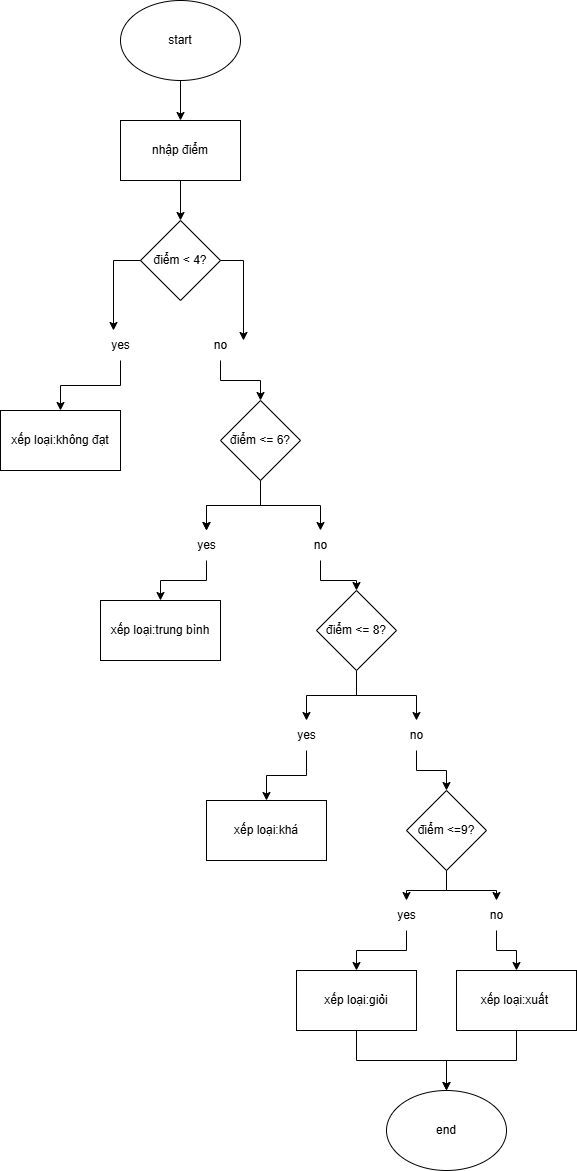
Before: session01 5.png, a diagram exported from draw.io (tranxuanbach0/session01). Source tidied: cells renumbered, new cells last; positions are measured from the earlier drawing's top-left corner, leaving out a move shared by most shapes. Source of this version:
```xml
<mxGraphModel>
  <root>
    <mxCell id="0" />
    <mxCell id="1" parent="0" />
    <mxCell id="2" style="edgeStyle=orthogonalEdgeStyle;rounded=0;jettySize=auto;html=1;exitX=0.5;exitY=1;exitDx=0;exitDy=0;entryX=0.5;entryY=0;entryDx=0;entryDy=0;" parent="1" edge="1" source="3" target="5">
      <mxGeometry relative="1" as="geometry" />
    </mxCell>
    <mxCell id="3" value="start" style="ellipse;whiteSpace=wrap;html=1;" parent="1" vertex="1">
      <mxGeometry x="120" width="120" height="80" as="geometry" />
    </mxCell>
    <mxCell id="4" style="edgeStyle=orthogonalEdgeStyle;rounded=0;jettySize=auto;html=1;exitX=0.5;exitY=1;exitDx=0;exitDy=0;entryX=0.5;entryY=0;entryDx=0;entryDy=0;" parent="1" edge="1" source="5" target="6">
      <mxGeometry relative="1" as="geometry" />
    </mxCell>
    <mxCell id="5" value="nhập điểm" style="rounded=0;whiteSpace=wrap;html=1;" parent="1" vertex="1">
      <mxGeometry x="120" y="120" width="120" height="60" as="geometry" />
    </mxCell>
    <mxCell id="6" value="điểm &amp;lt; 4?" style="rhombus;whiteSpace=wrap;html=1;" parent="1" vertex="1">
      <mxGeometry x="140" y="220" width="80" height="80" as="geometry" />
    </mxCell>
    <mxCell id="7" style="edgeStyle=orthogonalEdgeStyle;rounded=0;jettySize=auto;html=1;" parent="1" edge="1" source="8" target="11">
      <mxGeometry relative="1" as="geometry" />
    </mxCell>
    <mxCell id="8" value="yes" style="text;html=1;align=center;verticalAlign=middle;points=[];strokeColor=none;fillColor=none;" parent="1" vertex="1">
      <mxGeometry x="100" y="330" width="40" height="30" as="geometry" />
    </mxCell>
    <mxCell id="9" style="edgeStyle=orthogonalEdgeStyle;rounded=0;jettySize=auto;html=1;" parent="1" edge="1" source="10" target="15">
      <mxGeometry relative="1" as="geometry" />
    </mxCell>
    <mxCell id="10" value="no" style="text;html=1;align=center;verticalAlign=middle;points=[];strokeColor=none;fillColor=none;" parent="1" vertex="1">
      <mxGeometry x="200" y="330" width="40" height="30" as="geometry" />
    </mxCell>
    <mxCell id="11" value="xếp loại:không đạt" style="whiteSpace=wrap;html=1;" parent="1" vertex="1">
      <mxGeometry y="410" width="120" height="60" as="geometry" />
    </mxCell>
    <mxCell id="12" style="edgeStyle=orthogonalEdgeStyle;rounded=0;jettySize=auto;html=1;" parent="1" edge="1" source="15" target="17">
      <mxGeometry relative="1" as="geometry" />
    </mxCell>
    <mxCell id="13" style="edgeStyle=orthogonalEdgeStyle;rounded=0;jettySize=auto;html=1;" parent="1" edge="1" source="15" target="17">
      <mxGeometry relative="1" as="geometry" />
    </mxCell>
    <mxCell id="14" style="edgeStyle=orthogonalEdgeStyle;rounded=0;jettySize=auto;html=1;exitX=0.5;exitY=1;exitDx=0;exitDy=0;" parent="1" edge="1" source="15" target="19">
      <mxGeometry relative="1" as="geometry" />
    </mxCell>
    <mxCell id="15" value="điểm &amp;lt;= 6?" style="rhombus;whiteSpace=wrap;html=1;" parent="1" vertex="1">
      <mxGeometry x="220" y="400" width="80" height="80" as="geometry" />
    </mxCell>
    <mxCell id="16" style="edgeStyle=orthogonalEdgeStyle;rounded=0;jettySize=auto;html=1;" parent="1" edge="1" source="17" target="20">
      <mxGeometry relative="1" as="geometry" />
    </mxCell>
    <mxCell id="17" value="yes" style="text;html=1;align=center;verticalAlign=middle;points=[];strokeColor=none;fillColor=none;" parent="1" vertex="1">
      <mxGeometry x="186" y="530" width="40" height="30" as="geometry" />
    </mxCell>
    <mxCell id="18" style="edgeStyle=orthogonalEdgeStyle;rounded=0;jettySize=auto;html=1;" parent="1" edge="1" source="19" target="23">
      <mxGeometry relative="1" as="geometry" />
    </mxCell>
    <mxCell id="19" value="no" style="text;html=1;align=center;verticalAlign=middle;points=[];strokeColor=none;fillColor=none;" parent="1" vertex="1">
      <mxGeometry x="300" y="530" width="40" height="30" as="geometry" />
    </mxCell>
    <mxCell id="20" value="xếp loại:trung bình" style="whiteSpace=wrap;html=1;" parent="1" vertex="1">
      <mxGeometry x="100" y="600" width="120" height="60" as="geometry" />
    </mxCell>
    <mxCell id="21" style="edgeStyle=orthogonalEdgeStyle;rounded=0;jettySize=auto;html=1;" parent="1" edge="1" source="23" target="25">
      <mxGeometry relative="1" as="geometry" />
    </mxCell>
    <mxCell id="22" style="edgeStyle=orthogonalEdgeStyle;rounded=0;jettySize=auto;html=1;exitX=0.5;exitY=1;exitDx=0;exitDy=0;" parent="1" edge="1" source="23" target="27">
      <mxGeometry relative="1" as="geometry" />
    </mxCell>
    <mxCell id="23" value="điểm &amp;lt;= 8?" style="rhombus;whiteSpace=wrap;html=1;" parent="1" vertex="1">
      <mxGeometry x="316" y="590" width="80" height="80" as="geometry" />
    </mxCell>
    <mxCell id="24" style="edgeStyle=orthogonalEdgeStyle;rounded=0;jettySize=auto;html=1;" parent="1" edge="1" source="25" target="28">
      <mxGeometry relative="1" as="geometry" />
    </mxCell>
    <mxCell id="25" value="yes" style="text;html=1;align=center;verticalAlign=middle;points=[];strokeColor=none;fillColor=none;" parent="1" vertex="1">
      <mxGeometry x="286" y="720" width="40" height="30" as="geometry" />
    </mxCell>
    <mxCell id="26" style="edgeStyle=orthogonalEdgeStyle;rounded=0;jettySize=auto;html=1;" parent="1" edge="1" source="27" target="31">
      <mxGeometry relative="1" as="geometry" />
    </mxCell>
    <mxCell id="27" value="no" style="text;html=1;align=center;verticalAlign=middle;points=[];strokeColor=none;fillColor=none;" parent="1" vertex="1">
      <mxGeometry x="396" y="720" width="40" height="30" as="geometry" />
    </mxCell>
    <mxCell id="28" value="xếp loại:khá" style="whiteSpace=wrap;html=1;" parent="1" vertex="1">
      <mxGeometry x="206" y="800" width="120" height="60" as="geometry" />
    </mxCell>
    <mxCell id="29" style="edgeStyle=orthogonalEdgeStyle;rounded=0;jettySize=auto;html=1;exitX=0.5;exitY=1;exitDx=0;exitDy=0;" parent="1" edge="1" source="31" target="35">
      <mxGeometry relative="1" as="geometry" />
    </mxCell>
    <mxCell id="30" style="edgeStyle=orthogonalEdgeStyle;rounded=0;jettySize=auto;html=1;exitX=0.5;exitY=1;exitDx=0;exitDy=0;" parent="1" edge="1" source="31" target="33">
      <mxGeometry relative="1" as="geometry" />
    </mxCell>
    <mxCell id="31" value="điểm &amp;lt;=9?" style="rhombus;whiteSpace=wrap;html=1;" parent="1" vertex="1">
      <mxGeometry x="406" y="790" width="80" height="80" as="geometry" />
    </mxCell>
    <mxCell id="32" style="edgeStyle=orthogonalEdgeStyle;rounded=0;jettySize=auto;html=1;" parent="1" edge="1" source="33" target="37">
      <mxGeometry relative="1" as="geometry" />
    </mxCell>
    <mxCell id="33" value="yes" style="text;html=1;align=center;verticalAlign=middle;points=[];strokeColor=none;fillColor=none;" parent="1" vertex="1">
      <mxGeometry x="386" y="900" width="40" height="30" as="geometry" />
    </mxCell>
    <mxCell id="34" style="edgeStyle=orthogonalEdgeStyle;rounded=0;jettySize=auto;html=1;" parent="1" edge="1" source="35" target="39">
      <mxGeometry relative="1" as="geometry" />
    </mxCell>
    <mxCell id="35" value="no" style="text;html=1;align=center;verticalAlign=middle;points=[];strokeColor=none;fillColor=none;" parent="1" vertex="1">
      <mxGeometry x="476" y="900" width="40" height="30" as="geometry" />
    </mxCell>
    <mxCell id="36" style="edgeStyle=orthogonalEdgeStyle;rounded=0;jettySize=auto;html=1;" parent="1" edge="1" source="37" target="40">
      <mxGeometry relative="1" as="geometry" />
    </mxCell>
    <mxCell id="37" value="xếp loại:giỏi" style="whiteSpace=wrap;html=1;" parent="1" vertex="1">
      <mxGeometry x="296" y="970" width="120" height="60" as="geometry" />
    </mxCell>
    <mxCell id="38" style="edgeStyle=orthogonalEdgeStyle;rounded=0;jettySize=auto;html=1;" parent="1" edge="1" source="39" target="40">
      <mxGeometry relative="1" as="geometry" />
    </mxCell>
    <mxCell id="39" value="xếp loại:xuất&amp;nbsp;" style="whiteSpace=wrap;html=1;" parent="1" vertex="1">
      <mxGeometry x="456" y="970" width="120" height="60" as="geometry" />
    </mxCell>
    <mxCell id="40" value="end" style="ellipse;whiteSpace=wrap;html=1;" parent="1" vertex="1">
      <mxGeometry x="386" y="1090" width="120" height="80" as="geometry" />
    </mxCell>
    <mxCell id="41" style="edgeStyle=orthogonalEdgeStyle;rounded=0;jettySize=auto;html=1;exitX=0;exitY=0.5;exitDx=0;exitDy=0;entryX=0.325;entryY=0;entryDx=0;entryDy=0;entryPerimeter=0;" parent="1" edge="1" source="6" target="8">
      <mxGeometry relative="1" as="geometry" />
    </mxCell>
    <mxCell id="42" style="edgeStyle=orthogonalEdgeStyle;rounded=0;jettySize=auto;html=1;exitX=1;exitY=0.5;exitDx=0;exitDy=0;entryX=1.075;entryY=0.333;entryDx=0;entryDy=0;entryPerimeter=0;" parent="1" edge="1" source="6" target="10">
      <mxGeometry relative="1" as="geometry" />
    </mxCell>
  </root>
</mxGraphModel>
```
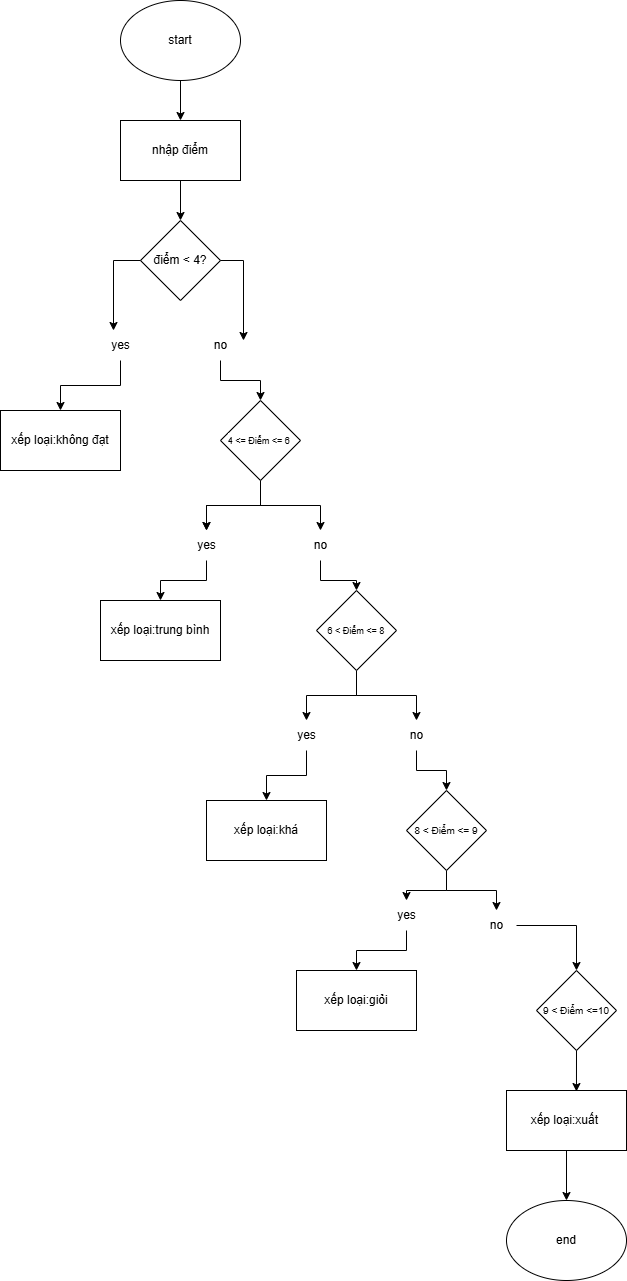
The same file after the commit.

Diff of the diagram source:
```diff
@@ -41,7 +41,7 @@
     <mxCell id="14" style="edgeStyle=orthogonalEdgeStyle;rounded=0;jettySize=auto;html=1;exitX=0.5;exitY=1;exitDx=0;exitDy=0;" parent="1" edge="1" source="15" target="19">
       <mxGeometry relative="1" as="geometry" />
     </mxCell>
-    <mxCell id="15" value="điểm &amp;lt;= 6?" style="rhombus;whiteSpace=wrap;html=1;" parent="1" vertex="1">
+    <mxCell id="15" value="&lt;span style=&quot;font-family: Roboto, sans-serif; text-align: left; white-space-collapse: preserve; background-color: rgb(255, 255, 255);&quot;&gt;&lt;font style=&quot;font-size: 9px;&quot;&gt;4 &amp;lt;= Điểm &amp;lt;= 6 &lt;/font&gt;&lt;/span&gt;" style="rhombus;whiteSpace=wrap;html=1;" parent="1" vertex="1">
       <mxGeometry x="220" y="400" width="80" height="80" as="geometry" />
     </mxCell>
     <mxCell id="16" style="edgeStyle=orthogonalEdgeStyle;rounded=0;jettySize=auto;html=1;" parent="1" edge="1" source="17" target="20">
@@ -65,7 +65,7 @@
     <mxCell id="22" style="edgeStyle=orthogonalEdgeStyle;rounded=0;jettySize=auto;html=1;exitX=0.5;exitY=1;exitDx=0;exitDy=0;" parent="1" edge="1" source="23" target="27">
       <mxGeometry relative="1" as="geometry" />
     </mxCell>
-    <mxCell id="23" value="điểm &amp;lt;= 8?" style="rhombus;whiteSpace=wrap;html=1;" parent="1" vertex="1">
+    <mxCell id="23" value="&lt;span style=&quot;font-family: Roboto, sans-serif; text-align: left; white-space-collapse: preserve; background-color: rgb(255, 255, 255); font-size: 9px;&quot;&gt;6 &amp;lt; Điểm &amp;lt;= 8&lt;/span&gt;" style="rhombus;whiteSpace=wrap;html=1;" parent="1" vertex="1">
       <mxGeometry x="316" y="590" width="80" height="80" as="geometry" />
     </mxCell>
     <mxCell id="24" style="edgeStyle=orthogonalEdgeStyle;rounded=0;jettySize=auto;html=1;" parent="1" edge="1" source="25" target="28">
@@ -89,7 +89,7 @@
     <mxCell id="30" style="edgeStyle=orthogonalEdgeStyle;rounded=0;jettySize=auto;html=1;exitX=0.5;exitY=1;exitDx=0;exitDy=0;" parent="1" edge="1" source="31" target="33">
       <mxGeometry relative="1" as="geometry" />
     </mxCell>
-    <mxCell id="31" value="điểm &amp;lt;=9?" style="rhombus;whiteSpace=wrap;html=1;" parent="1" vertex="1">
+    <mxCell id="31" value="&lt;span style=&quot;font-family: Roboto, sans-serif; text-align: left; white-space-collapse: preserve; background-color: rgb(255, 255, 255); font-size: 10px;&quot;&gt;8 &amp;lt; Điểm &amp;lt;= 9&lt;/span&gt;" style="rhombus;whiteSpace=wrap;html=1;" parent="1" vertex="1">
       <mxGeometry x="406" y="790" width="80" height="80" as="geometry" />
     </mxCell>
     <mxCell id="32" style="edgeStyle=orthogonalEdgeStyle;rounded=0;jettySize=auto;html=1;" parent="1" edge="1" source="33" target="37">
@@ -98,26 +98,23 @@
     <mxCell id="33" value="yes" style="text;html=1;align=center;verticalAlign=middle;points=[];strokeColor=none;fillColor=none;" parent="1" vertex="1">
       <mxGeometry x="386" y="900" width="40" height="30" as="geometry" />
     </mxCell>
-    <mxCell id="34" style="edgeStyle=orthogonalEdgeStyle;rounded=0;jettySize=auto;html=1;" parent="1" edge="1" source="35" target="39">
-      <mxGeometry relative="1" as="geometry" />
-    </mxCell>
+    <mxCell id="43" style="edgeStyle=orthogonalEdgeStyle;rounded=0;jettySize=auto;html=1;" parent="1" edge="1" source="35" target="44">
+      <mxGeometry relative="1" as="geometry" />
+    </mxCell>
     <mxCell id="35" value="no" style="text;html=1;align=center;verticalAlign=middle;points=[];strokeColor=none;fillColor=none;" parent="1" vertex="1">
-      <mxGeometry x="476" y="900" width="40" height="30" as="geometry" />
+      <mxGeometry x="476" y="910" width="40" height="30" as="geometry" />
     </mxCell>
-    <mxCell id="36" style="edgeStyle=orthogonalEdgeStyle;rounded=0;jettySize=auto;html=1;" parent="1" edge="1" source="37" target="40">
-      <mxGeometry relative="1" as="geometry" />
-    </mxCell>
     <mxCell id="37" value="xếp loại:giỏi" style="whiteSpace=wrap;html=1;" parent="1" vertex="1">
       <mxGeometry x="296" y="970" width="120" height="60" as="geometry" />
     </mxCell>
-    <mxCell id="38" style="edgeStyle=orthogonalEdgeStyle;rounded=0;jettySize=auto;html=1;" parent="1" edge="1" source="39" target="40">
+    <mxCell id="38" style="edgeStyle=orthogonalEdgeStyle;rounded=0;jettySize=auto;html=1;exitX=0.5;exitY=1;exitDx=0;exitDy=0;entryX=0.5;entryY=0;entryDx=0;entryDy=0;" parent="1" edge="1" source="39" target="40">
       <mxGeometry relative="1" as="geometry" />
     </mxCell>
     <mxCell id="39" value="xếp loại:xuất&amp;nbsp;" style="whiteSpace=wrap;html=1;" parent="1" vertex="1">
-      <mxGeometry x="456" y="970" width="120" height="60" as="geometry" />
+      <mxGeometry x="506" y="1090" width="120" height="60" as="geometry" />
     </mxCell>
     <mxCell id="40" value="end" style="ellipse;whiteSpace=wrap;html=1;" parent="1" vertex="1">
-      <mxGeometry x="386" y="1090" width="120" height="80" as="geometry" />
+      <mxGeometry x="506" y="1200" width="120" height="80" as="geometry" />
     </mxCell>
     <mxCell id="41" style="edgeStyle=orthogonalEdgeStyle;rounded=0;jettySize=auto;html=1;exitX=0;exitY=0.5;exitDx=0;exitDy=0;entryX=0.325;entryY=0;entryDx=0;entryDy=0;entryPerimeter=0;" parent="1" edge="1" source="6" target="8">
       <mxGeometry relative="1" as="geometry" />
@@ -125,5 +122,11 @@
     <mxCell id="42" style="edgeStyle=orthogonalEdgeStyle;rounded=0;jettySize=auto;html=1;exitX=1;exitY=0.5;exitDx=0;exitDy=0;entryX=1.075;entryY=0.333;entryDx=0;entryDy=0;entryPerimeter=0;" parent="1" edge="1" source="6" target="10">
       <mxGeometry relative="1" as="geometry" />
     </mxCell>
+    <mxCell id="44" value="&lt;font style=&quot;font-size: 10px;&quot;&gt;9 &amp;lt; Điểm &amp;lt;=10&lt;/font&gt;" style="rhombus;whiteSpace=wrap;html=1;" parent="1" vertex="1">
+      <mxGeometry x="536" y="970" width="80" height="80" as="geometry" />
+    </mxCell>
+    <mxCell id="45" style="edgeStyle=orthogonalEdgeStyle;rounded=0;jettySize=auto;html=1;exitX=0.5;exitY=1;exitDx=0;exitDy=0;entryX=0.583;entryY=0.017;entryDx=0;entryDy=0;entryPerimeter=0;" parent="1" edge="1" source="44" target="39">
+      <mxGeometry relative="1" as="geometry" />
+    </mxCell>
   </root>
 </mxGraphModel>
```
